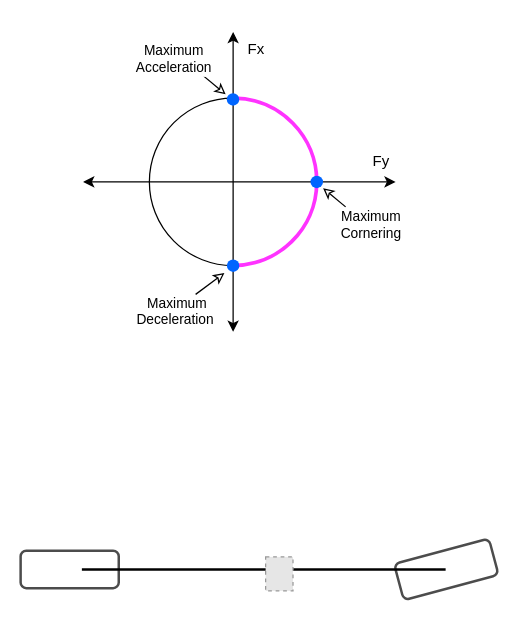
The draw.io diagram page "bicycle model" (3 of 3) of 2021_ITSC_Gao_Longitudinal Speed Preview/friction circle.drawio in LimingGao/draw_io, before the edit. Source tidied: cells renumbered, new cells numbered last; positions are measured from the earlier drawing's top-left corner, leaving out a move shared by most shapes. Both pictures are drawn from the tidied source at 125%, with x=0, y=0 at pixel (20, 31). Pictures stored in the file or linked from it are replaced by grey dashed boxes.
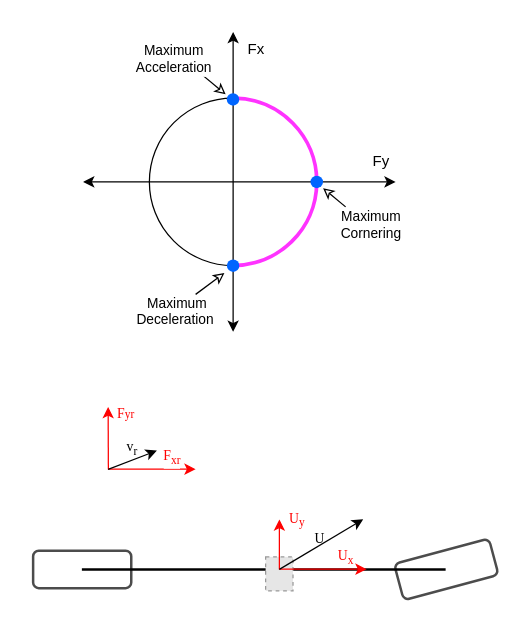
After the change.

Change to the diagram source:
```diff
@@
     <mxCell id="18" style="rounded=1;whiteSpace=wrap;html=1;strokeColor=#000000;strokeWidth=2;fillColor=#ffffff;gradientColor=#ffffff;fontSize=10;opacity=70;align=left;" parent="1" vertex="1">
-      <mxGeometry y="415" width="78.5" height="30" as="geometry" />
+      <mxGeometry x="10" y="415" width="78.5" height="30" as="geometry" />
     </mxCell>
@@
+    <mxCell id="21" style="endArrow=classic;startArrow=none;startFill=0;strokeColor=#FF0000;" parent="1" edge="1">
+      <mxGeometry relative="1" as="geometry">
+        <mxPoint x="207" y="430" as="sourcePoint" />
+        <mxPoint x="207" y="390" as="targetPoint" />
+      </mxGeometry>
+    </mxCell>
+    <mxCell id="22" value="U&lt;sub&gt;y&lt;/sub&gt;" style="edgeLabel;html=1;align=center;verticalAlign=middle;fontFamily=Times New Roman;fontColor=#FF0000;" parent="21" vertex="1">
+      <mxGeometry x="0.65" relative="1" as="geometry">
+        <mxPoint x="13" y="-7" as="offset" />
+      </mxGeometry>
+    </mxCell>
+    <mxCell id="23" style="endArrow=classic;startArrow=none;startFill=0;strokeColor=#FF0000;" parent="1" edge="1">
+      <mxGeometry relative="1" as="geometry">
+        <mxPoint x="207" y="429.8" as="sourcePoint" />
+        <mxPoint x="276.8" y="429.8" as="targetPoint" />
+      </mxGeometry>
+    </mxCell>
+    <mxCell id="24" value="U" style="edgeLabel;html=1;align=center;verticalAlign=middle;fontFamily=Times New Roman;" parent="23" vertex="1">
+      <mxGeometry x="0.65" relative="1" as="geometry">
+        <mxPoint x="-26.7" y="-25.8" as="offset" />
+      </mxGeometry>
+    </mxCell>
+    <mxCell id="25" style="endArrow=classic;startArrow=none;startFill=0;" parent="1" edge="1">
+      <mxGeometry relative="1" as="geometry">
+        <mxPoint x="207" y="430" as="sourcePoint" />
+        <mxPoint x="274" y="390" as="targetPoint" />
+      </mxGeometry>
+    </mxCell>
+    <mxCell id="26" value="U&lt;sub&gt;x&lt;/sub&gt;" style="edgeLabel;html=1;align=center;verticalAlign=middle;fontFamily=Times New Roman;fontColor=#FF0000;labelBackgroundColor=none;" parent="25" vertex="1">
+      <mxGeometry x="0.65" relative="1" as="geometry">
+        <mxPoint x="-2" y="23.3" as="offset" />
+      </mxGeometry>
+    </mxCell>
+    <mxCell id="27" style="group;" parent="1" vertex="1">
+      <mxGeometry x="70" y="300" width="70" height="50" as="geometry" />
+    </mxCell>
+    <mxCell id="28" style="endArrow=classic;startArrow=none;startFill=0;strokeColor=#FF0000;" parent="27" edge="1">
+      <mxGeometry relative="1" as="geometry">
+        <mxPoint x="0.2" y="50" as="sourcePoint" />
+        <mxPoint as="targetPoint" />
+      </mxGeometry>
+    </mxCell>
+    <mxCell id="29" value="&lt;sub&gt;&lt;span style=&quot;font-size: 11px&quot;&gt;F&lt;/span&gt;yr&lt;/sub&gt;" style="edgeLabel;html=1;align=center;verticalAlign=middle;fontFamily=Times New Roman;fontColor=#FF0000;" parent="28" vertex="1">
+      <mxGeometry x="0.65" relative="1" as="geometry">
+        <mxPoint x="13" y="-7" as="offset" />
+      </mxGeometry>
+    </mxCell>
+    <mxCell id="30" style="endArrow=classic;startArrow=none;startFill=0;strokeColor=#FF0000;" parent="27" edge="1">
+      <mxGeometry relative="1" as="geometry">
+        <mxPoint x="0.2" y="49.8" as="sourcePoint" />
+        <mxPoint x="70" y="49.8" as="targetPoint" />
+      </mxGeometry>
+    </mxCell>
+    <mxCell id="31" value="F&lt;sub&gt;xr&lt;/sub&gt;" style="edgeLabel;html=1;align=center;verticalAlign=middle;fontFamily=Times New Roman;fontColor=#FF0000;" parent="30" vertex="1">
+      <mxGeometry x="0.63" y="-2" relative="1" as="geometry">
+        <mxPoint x="-6.3" y="-11.8" as="offset" />
+      </mxGeometry>
+    </mxCell>
+    <mxCell id="32" style="endArrow=classic;startArrow=none;startFill=0;" parent="27" edge="1">
+      <mxGeometry relative="1" as="geometry">
+        <mxPoint y="50" as="sourcePoint" />
+        <mxPoint x="39" y="35" as="targetPoint" />
+      </mxGeometry>
+    </mxCell>
+    <mxCell id="33" value="v&lt;sub&gt;r&lt;/sub&gt;" style="edgeLabel;html=1;align=center;verticalAlign=middle;fontFamily=Times New Roman;labelBackgroundColor=none;" parent="27" vertex="1">
+      <mxGeometry x="32" y="29" as="geometry">
+        <mxPoint x="-14" y="4" as="offset" />
+      </mxGeometry>
+    </mxCell>
```
